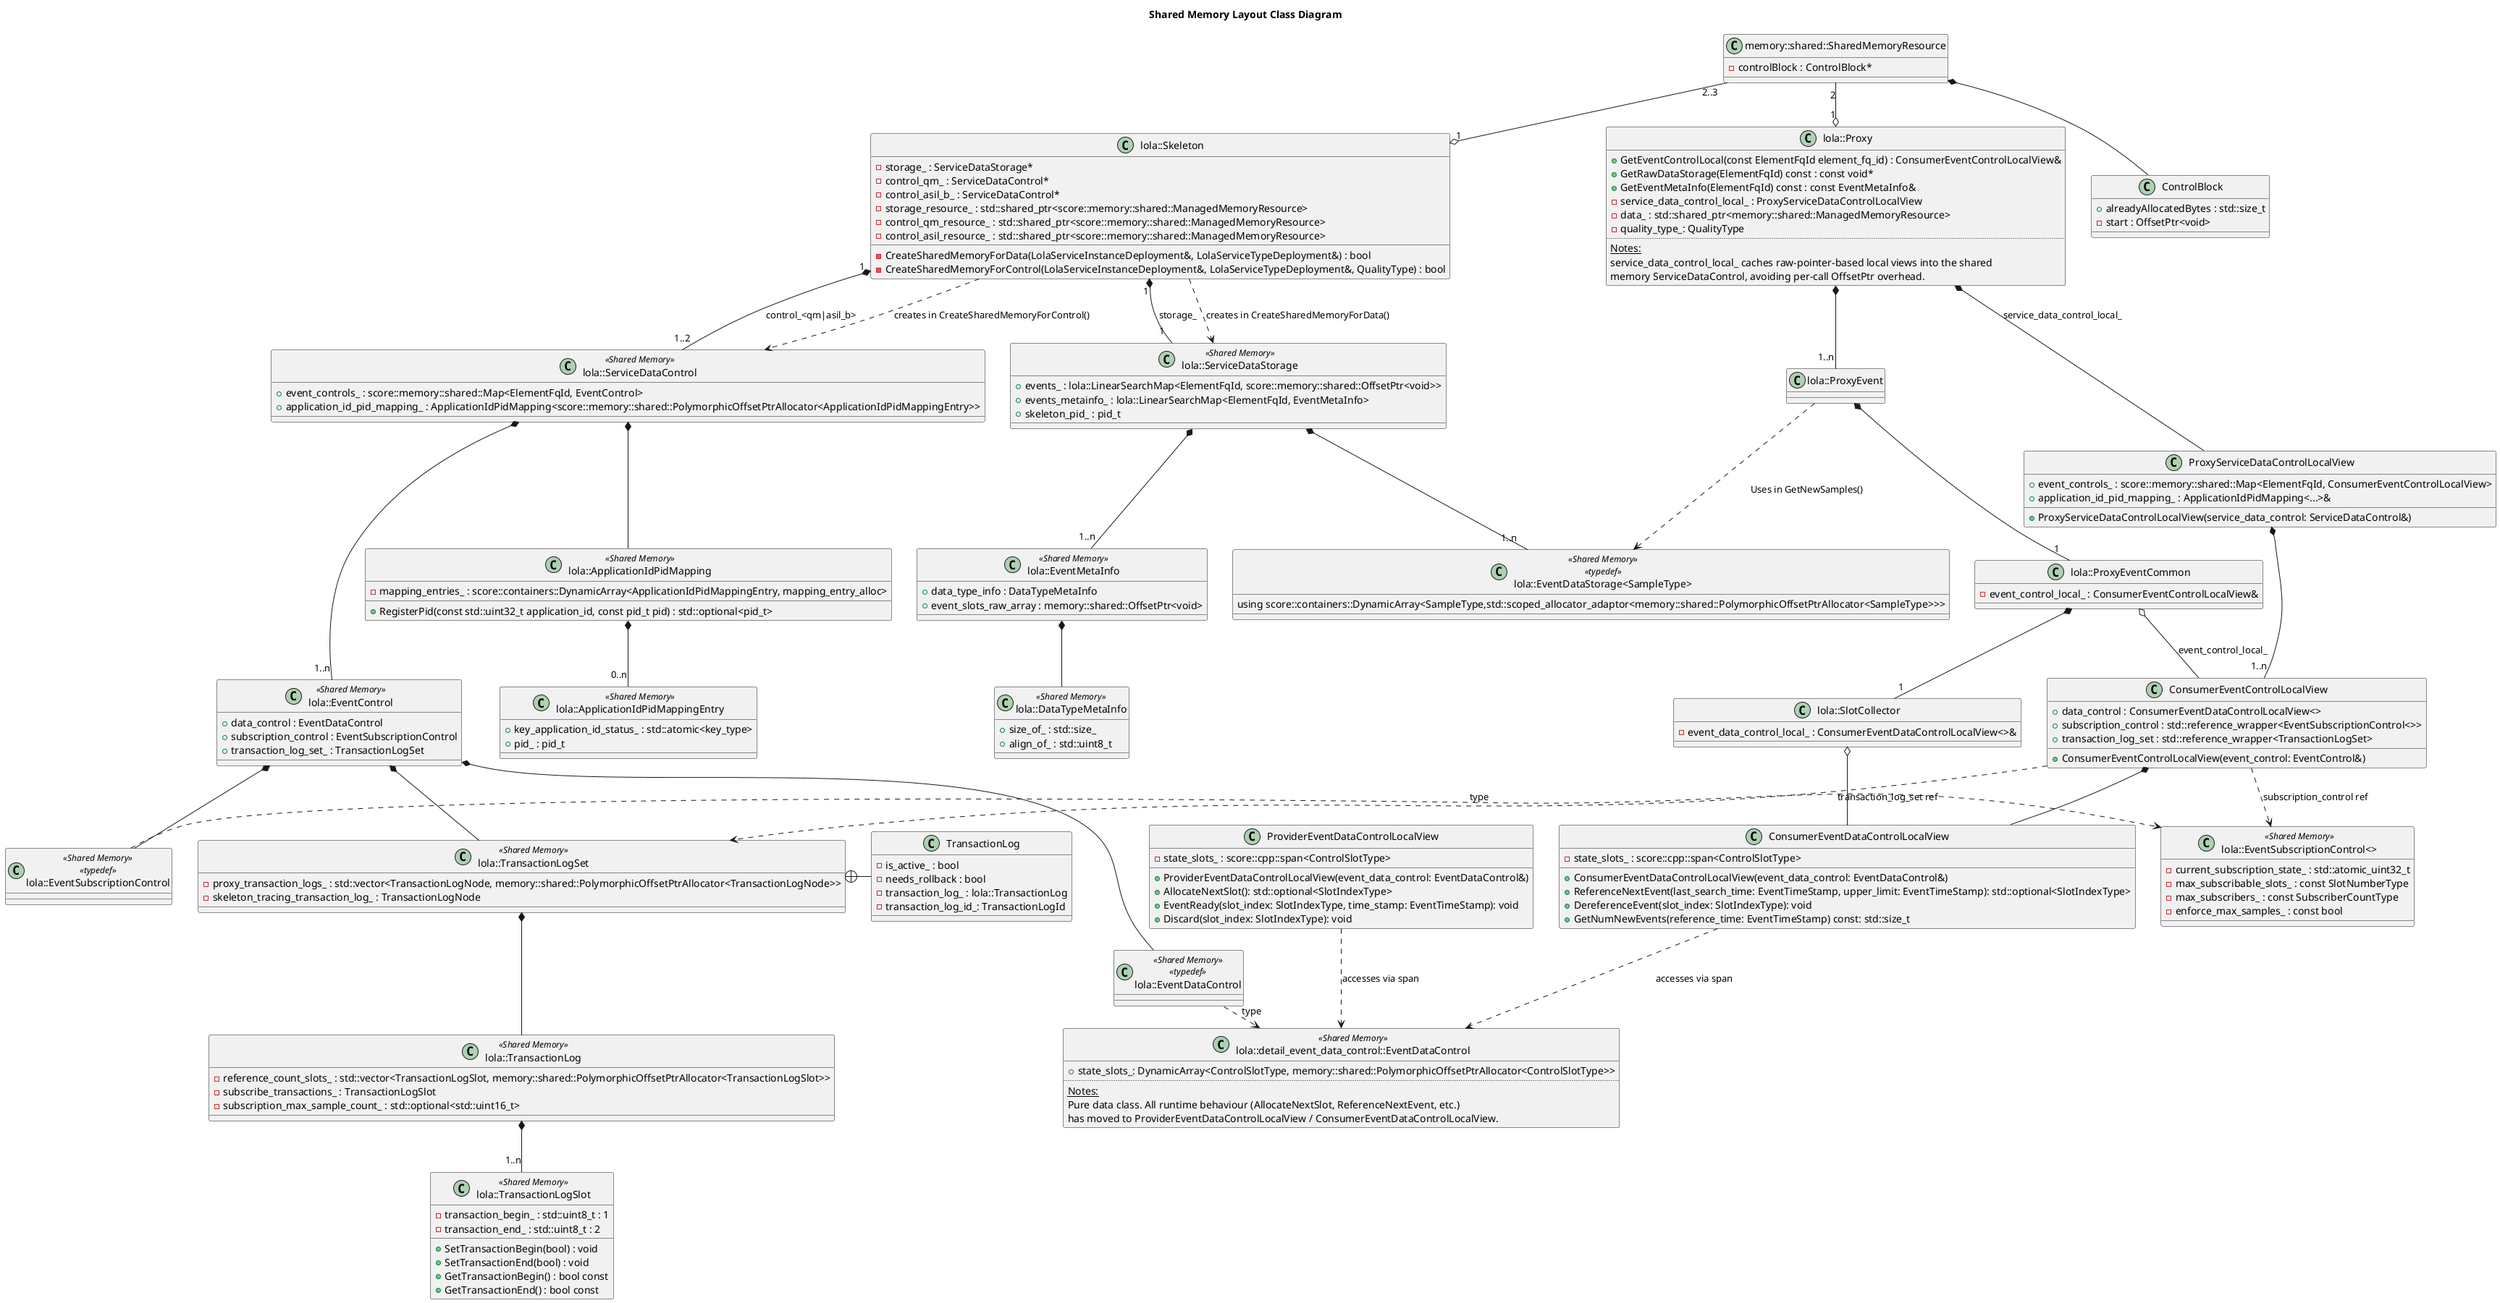
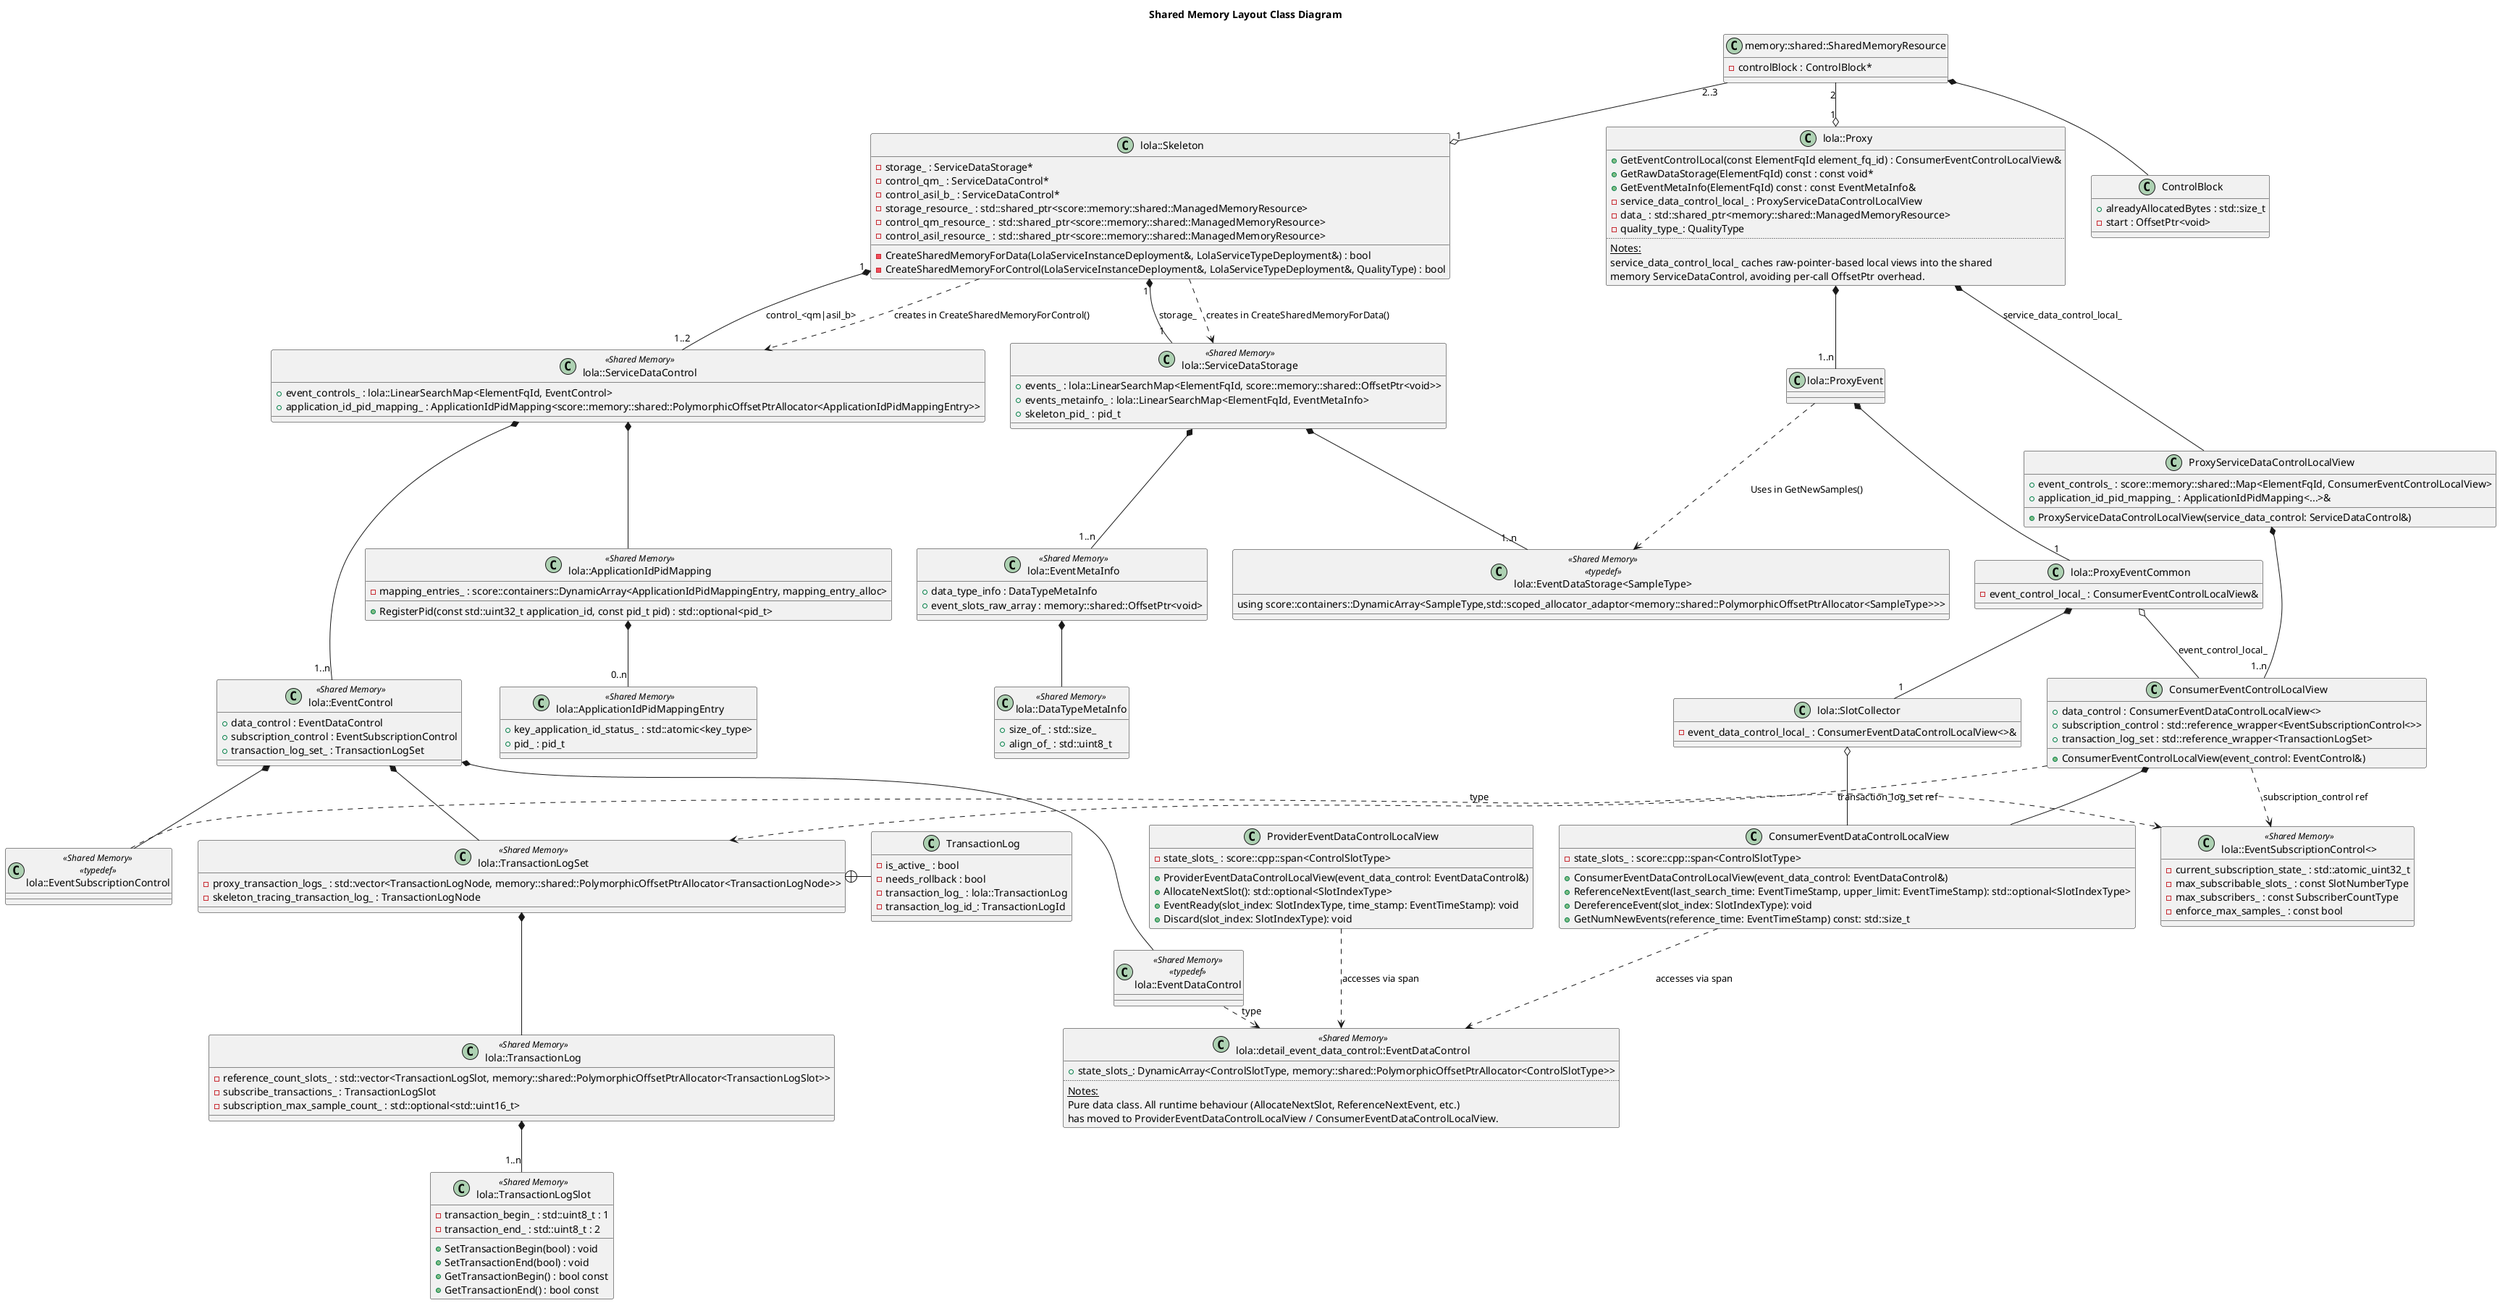
@startuml shared_mem_layout_classdiagram
title "Shared Memory Layout Class Diagram"

class "lola::Skeleton" {
  -CreateSharedMemoryForData(LolaServiceInstanceDeployment&, LolaServiceTypeDeployment&) : bool
  -CreateSharedMemoryForControl(LolaServiceInstanceDeployment&, LolaServiceTypeDeployment&, QualityType) : bool
  -storage_ : ServiceDataStorage*
  -control_qm_ : ServiceDataControl*
  -control_asil_b_ : ServiceDataControl*
  -storage_resource_ : std::shared_ptr<score::memory::shared::ManagedMemoryResource>
  -control_qm_resource_ : std::shared_ptr<score::memory::shared::ManagedMemoryResource>
  -control_asil_resource_ : std::shared_ptr<score::memory::shared::ManagedMemoryResource>
}

class "lola::ServiceDataStorage" <<Shared Memory>> {
  +events_ : lola::LinearSearchMap<ElementFqId, score::memory::shared::OffsetPtr<void>>
  +events_metainfo_ : lola::LinearSearchMap<ElementFqId, EventMetaInfo>
  +skeleton_pid_ : pid_t
}

class "lola::EventMetaInfo" <<Shared Memory>> {
  +data_type_info : DataTypeMetaInfo
  +event_slots_raw_array : memory::shared::OffsetPtr<void>
}

class "lola::DataTypeMetaInfo" <<Shared Memory>> {
  +size_of_ : std::size_
  +align_of_ : std::uint8_t
}

class "lola::EventDataStorage<SampleType>" <<Shared Memory>> <<typedef>> {
  using score::containers::DynamicArray<SampleType,std::scoped_allocator_adaptor<memory::shared::PolymorphicOffsetPtrAllocator<SampleType>>>
}

class "lola::ServiceDataControl" <<Shared Memory>> {
-   +event_controls_ : score::memory::shared::Map<ElementFqId, EventControl>
+   +event_controls_ : lola::LinearSearchMap<ElementFqId, EventControl>
  +application_id_pid_mapping_ : ApplicationIdPidMapping<score::memory::shared::PolymorphicOffsetPtrAllocator<ApplicationIdPidMappingEntry>>
}

class "lola::EventDataControl" <<Shared Memory>> <<typedef>> {
}

class "lola::detail_event_data_control::EventDataControl" as EventDataControl <<Shared Memory>> {
  +state_slots_: DynamicArray<ControlSlotType, memory::shared::PolymorphicOffsetPtrAllocator<ControlSlotType>>
  ..
  <u>Notes:</u>
  Pure data class. All runtime behaviour (AllocateNextSlot, ReferenceNextEvent, etc.)\nhas moved to ProviderEventDataControlLocalView / ConsumerEventDataControlLocalView.
}

class "memory::shared::SharedMemoryResource" {
  -controlBlock : ControlBlock*
}

class "ControlBlock" {
  +alreadyAllocatedBytes : std::size_t
  -start : OffsetPtr<void>
}

class "lola::Proxy" {
  +GetEventControlLocal(const ElementFqId element_fq_id) : ConsumerEventControlLocalView&
  +GetRawDataStorage(ElementFqId) const : const void*
  +GetEventMetaInfo(ElementFqId) const : const EventMetaInfo&
  -service_data_control_local_ : ProxyServiceDataControlLocalView
  -data_ : std::shared_ptr<memory::shared::ManagedMemoryResource>
  -quality_type_: QualityType
  ..
  <u>Notes:</u>
  service_data_control_local_ caches raw-pointer-based local views into the shared\nmemory ServiceDataControl, avoiding per-call OffsetPtr overhead.
}

class "lola::ProxyEventCommon" {
  -event_control_local_ : ConsumerEventControlLocalView&
}

class "lola::ProxyEvent" {
}

class "lola::SlotCollector" {
  -event_data_control_local_ : ConsumerEventDataControlLocalView<>&
}

class "lola::EventControl" <<Shared Memory>> {
  +data_control : EventDataControl
  +subscription_control : EventSubscriptionControl
  +transaction_log_set_ : TransactionLogSet
}

class "lola::EventSubscriptionControl" <<Shared Memory>> <<typedef>> {
}

class "lola::EventSubscriptionControl<>" as EventSubscriptionControl <<Shared Memory>> {
  -current_subscription_state_ : std::atomic_uint32_t
  -max_subscribable_slots_ : const SlotNumberType
  -max_subscribers_ : const SubscriberCountType
  -enforce_max_samples_ : const bool
}

class "lola::ApplicationIdPidMapping" <<Shared Memory>> {
  +RegisterPid(const std::uint32_t application_id, const pid_t pid) : std::optional<pid_t>
  -mapping_entries_ : score::containers::DynamicArray<ApplicationIdPidMappingEntry, mapping_entry_alloc>
}

class "lola::ApplicationIdPidMappingEntry" <<Shared Memory>> {
  +key_application_id_status_ : std::atomic<key_type>
  +pid_ : pid_t
}

' Local view classes (process-local, non-shared-memory)
class "ProviderEventDataControlLocalView" {
  -state_slots_ : score::cpp::span<ControlSlotType>
  +ProviderEventDataControlLocalView(event_data_control: EventDataControl&)
  +AllocateNextSlot(): std::optional<SlotIndexType>
  +EventReady(slot_index: SlotIndexType, time_stamp: EventTimeStamp): void
  +Discard(slot_index: SlotIndexType): void
}

class "ConsumerEventDataControlLocalView" {
  -state_slots_ : score::cpp::span<ControlSlotType>
  +ConsumerEventDataControlLocalView(event_data_control: EventDataControl&)
  +ReferenceNextEvent(last_search_time: EventTimeStamp, upper_limit: EventTimeStamp): std::optional<SlotIndexType>
  +DereferenceEvent(slot_index: SlotIndexType): void
  +GetNumNewEvents(reference_time: EventTimeStamp) const: std::size_t
}

class "ConsumerEventControlLocalView" {
  +data_control : ConsumerEventDataControlLocalView<>
  +subscription_control : std::reference_wrapper<EventSubscriptionControl<>>
  +transaction_log_set : std::reference_wrapper<TransactionLogSet>
  +ConsumerEventControlLocalView(event_control: EventControl&)
}

class "ProxyServiceDataControlLocalView" {
  +event_controls_ : score::memory::shared::Map<ElementFqId, ConsumerEventControlLocalView>
  +application_id_pid_mapping_ : ApplicationIdPidMapping<...>&
  +ProxyServiceDataControlLocalView(service_data_control: ServiceDataControl&)
}

class "lola::TransactionLogSet" <<Shared Memory>> {
  -proxy_transaction_logs_ : std::vector<TransactionLogNode, memory::shared::PolymorphicOffsetPtrAllocator<TransactionLogNode>>
  -skeleton_tracing_transaction_log_ : TransactionLogNode
}

class TransactionLog {
  -is_active_ : bool
  -needs_rollback : bool
  -transaction_log_ : lola::TransactionLog
  -transaction_log_id_: TransactionLogId
}

class "lola::TransactionLog" <<Shared Memory>> {
  -reference_count_slots_ : std::vector<TransactionLogSlot, memory::shared::PolymorphicOffsetPtrAllocator<TransactionLogSlot>>
  -subscribe_transactions_ : TransactionLogSlot
  -subscription_max_sample_count_ : std::optional<std::uint16_t>
}

class "lola::TransactionLogSlot" <<Shared Memory>> {
  +SetTransactionBegin(bool) : void
  +SetTransactionEnd(bool) : void
  +GetTransactionBegin() : bool const
  +GetTransactionEnd() : bool const
  -transaction_begin_ : std::uint8_t : 1
  -transaction_end_ : std::uint8_t : 2
}


lola::Skeleton "1" *-- "1" lola::ServiceDataStorage : storage_
lola::Skeleton ..> lola::ServiceDataStorage : creates in CreateSharedMemoryForData()

lola::Skeleton "1" *-- "1..2" lola::ServiceDataControl : control_<qm|asil_b>
lola::Skeleton ..> lola::ServiceDataControl : creates in CreateSharedMemoryForControl()

lola::Skeleton "1" o-up- "2..3" memory::shared::SharedMemoryResource
memory::shared::SharedMemoryResource *-- ControlBlock

lola::Proxy "1" o-up- "2" memory::shared::SharedMemoryResource
lola::Proxy *-- ProxyServiceDataControlLocalView : service_data_control_local_

lola::Proxy *-- "1..n" lola::ProxyEvent
lola::ProxyEvent *-- "1" lola::ProxyEventCommon
lola::ProxyEventCommon o-- ConsumerEventControlLocalView : event_control_local_
lola::ProxyEventCommon *-- "1" lola::SlotCollector
lola::SlotCollector o-- ConsumerEventDataControlLocalView
lola::ProxyEvent ..> "lola::EventDataStorage<SampleType>" : Uses in GetNewSamples()

lola::ServiceDataStorage *-- "1..n" "lola::EventDataStorage<SampleType>"
lola::ServiceDataStorage *-- "1..n" lola::EventMetaInfo
lola::EventMetaInfo *-- lola::DataTypeMetaInfo

lola::ServiceDataControl *-- "1..n" lola::EventControl
lola::ServiceDataControl *-- lola::ApplicationIdPidMapping

lola::EventControl *-- lola::EventDataControl
lola::EventControl *-- lola::EventSubscriptionControl
lola::EventControl *-- lola::TransactionLogSet

lola::ApplicationIdPidMapping *-- "0..n" lola::ApplicationIdPidMappingEntry

lola::EventDataControl .> EventDataControl : type
lola::EventSubscriptionControl .> EventSubscriptionControl : type

' Local view relationships
ProxyServiceDataControlLocalView *-- "1..n" ConsumerEventControlLocalView
ConsumerEventControlLocalView *-- ConsumerEventDataControlLocalView
ConsumerEventControlLocalView ..> EventSubscriptionControl : subscription_control ref
ConsumerEventControlLocalView ..> lola::TransactionLogSet : transaction_log_set ref
ConsumerEventDataControlLocalView ..> EventDataControl : accesses via span
ProviderEventDataControlLocalView ..> EventDataControl : accesses via span

lola::TransactionLogSet *-- lola::TransactionLog
lola::TransactionLog *-- "1..n" lola::TransactionLogSlot

TransactionLog -left-+ lola::TransactionLogSet

@enduml
